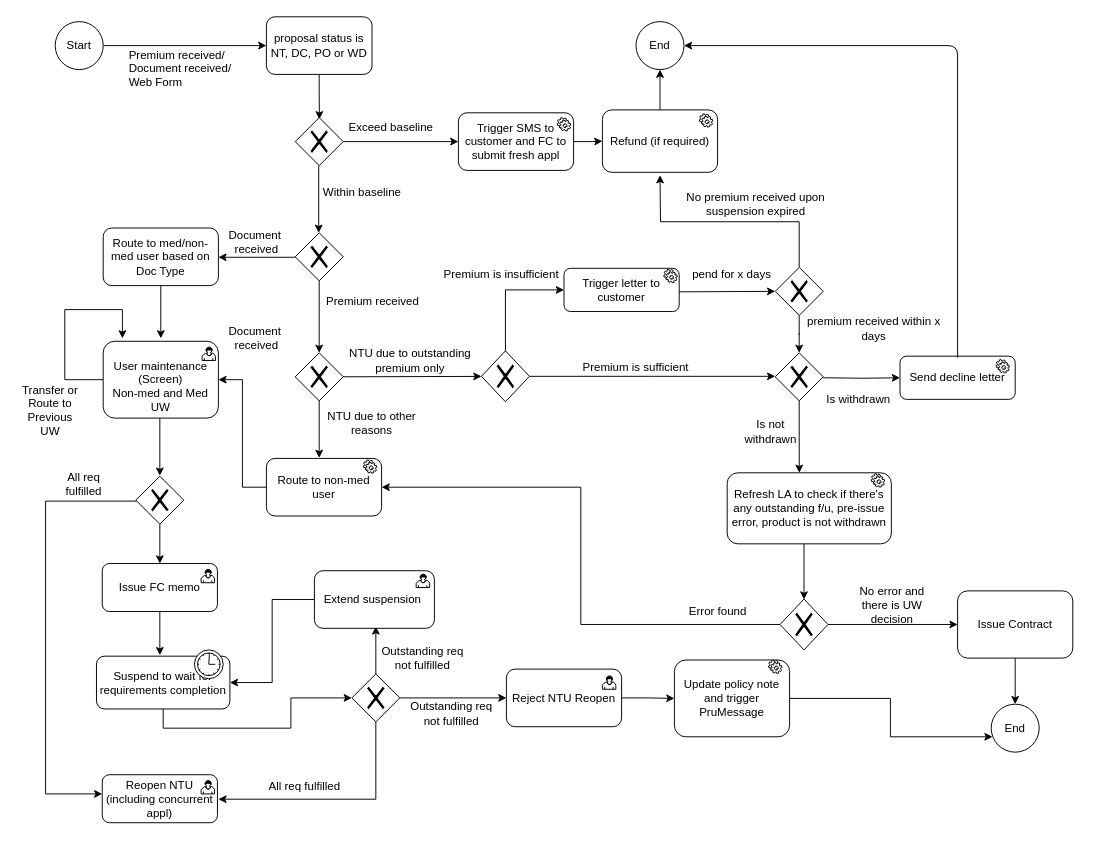
Above: page "NTU Reopen" (9 of 9) of Untitled Diagram.drawio in Jefferzonlee/WorkFlow-BPR (draw.io), before the change. Source tidied: cells renumbered, new cells numbered last; positions are measured from the earlier drawing's top-left corner, leaving out a move shared by most shapes. Both pictures are drawn from the tidied source at 96%, with x=0, y=0 at pixel (16, 16).
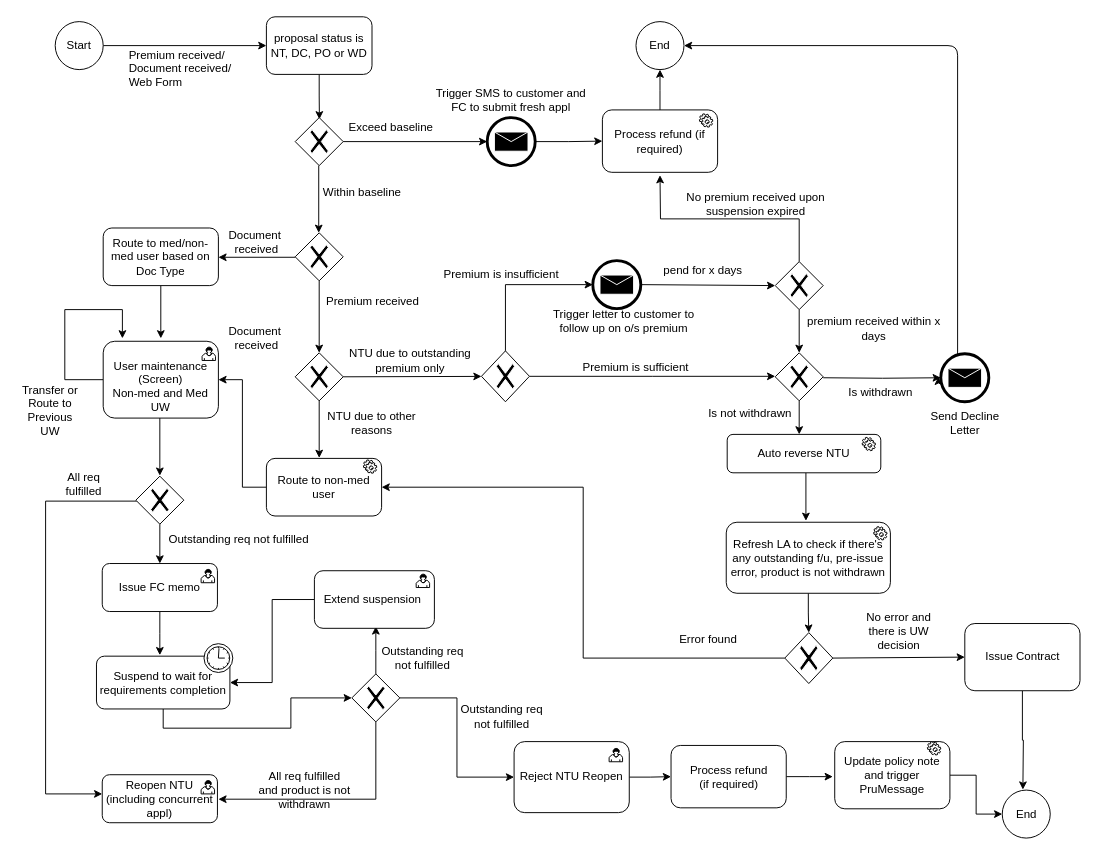
Above is the later version.

The change refers to these unchanged cells:
```xml
<mxCell id="10" style="shape=mxgraph.bpmn.shape;html=1;verticalLabelPosition=bottom;labelBackgroundColor=#ffffff;verticalAlign=top;align=center;perimeter=rhombusPerimeter;background=gateway;outlineConnect=0;outline=none;symbol=exclusiveGw;" parent="1" vertex="1">
  <mxGeometry x="290" y="105" width="50" height="50" as="geometry" />
</mxCell>
<mxCell id="34" style="shape=mxgraph.bpmn.shape;html=1;verticalLabelPosition=bottom;labelBackgroundColor=#ffffff;verticalAlign=top;align=center;perimeter=rhombusPerimeter;background=gateway;outlineConnect=0;outline=none;symbol=exclusiveGw;" parent="1" vertex="1">
  <mxGeometry x="484" y="348" width="50" height="53" as="geometry" />
</mxCell>
<mxCell id="78" style="shape=mxgraph.bpmn.shape;html=1;verticalLabelPosition=bottom;labelBackgroundColor=#ffffff;verticalAlign=top;align=center;perimeter=rhombusPerimeter;background=gateway;outlineConnect=0;outline=none;symbol=exclusiveGw;" parent="1" vertex="1">
  <mxGeometry x="790" y="350" width="50" height="50" as="geometry" />
</mxCell>
<mxCell id="87" style="shape=mxgraph.bpmn.shape;html=1;verticalLabelPosition=bottom;labelBackgroundColor=#ffffff;verticalAlign=top;align=center;perimeter=rhombusPerimeter;background=gateway;outlineConnect=0;outline=none;symbol=exclusiveGw;" parent="1" vertex="1">
  <mxGeometry x="349" y="684.5" width="50" height="50" as="geometry" />
</mxCell>
```

What changed in the source:
```diff
@@
-    <mxCell id="4" style="edgeStyle=orthogonalEdgeStyle;rounded=0;jettySize=auto;html=1;exitX=1;exitY=0.5;exitDx=0;exitDy=0;" parent="1" edge="1" source="10">
-      <mxGeometry relative="1" as="geometry">
-        <mxPoint x="460" y="130" as="targetPoint" />
-      </mxGeometry>
-    </mxCell>
@@
+    <mxCell id="103" style="edgeStyle=orthogonalEdgeStyle;rounded=0;jettySize=auto;html=1;" parent="1" edge="1" source="10" target="115">
+      <mxGeometry relative="1" as="geometry" />
+    </mxCell>
@@
-    <mxCell id="11" style="edgeStyle=orthogonalEdgeStyle;rounded=0;jettySize=auto;html=1;" parent="1" edge="1" source="12" target="14">
-      <mxGeometry relative="1" as="geometry" />
-    </mxCell>
-    <mxCell id="12" value="Trigger SMS to customer and FC to submit fresh appl" style="rounded=1;whiteSpace=wrap;html=1;" parent="1" vertex="1">
-      <mxGeometry x="460" y="100" width="120" height="60" as="geometry" />
-    </mxCell>
@@
-    <mxCell id="14" value="Refund (if required)" style="rounded=1;whiteSpace=wrap;html=1;" parent="1" vertex="1">
+    <mxCell id="14" value="Process refund (if required)" style="rounded=1;whiteSpace=wrap;html=1;" parent="1" vertex="1">
       <mxGeometry x="610" y="97" width="120" height="65" as="geometry" />
     </mxCell>
@@
-    <mxCell id="21" style="edgeStyle=orthogonalEdgeStyle;rounded=0;orthogonalLoop=1;jettySize=auto;html=1;entryX=0.5;entryY=0;entryDx=0;entryDy=0;" parent="1" edge="1">
-      <mxGeometry relative="1" as="geometry">
-        <mxPoint x="820" y="549" as="sourcePoint" />
-        <mxPoint x="820" y="607" as="targetPoint" />
-      </mxGeometry>
-    </mxCell>
+    <mxCell id="104" style="edgeStyle=orthogonalEdgeStyle;rounded=0;jettySize=auto;html=1;entryX=0.5;entryY=0;entryDx=0;entryDy=0;" parent="1" edge="1" source="22" target="40">
+      <mxGeometry relative="1" as="geometry" />
+    </mxCell>
     <mxCell id="22" value="Refresh LA to check if there's any outstanding f/u, pre-issue error, product is not withdrawn" style="rounded=1;whiteSpace=wrap;html=1;" parent="1" vertex="1">
-      <mxGeometry x="740" y="475" width="171" height="74" as="geometry" />
+      <mxGeometry x="739" y="526.5" width="171" height="74" as="geometry" />
     </mxCell>
-    <mxCell id="23" value="Send decline letter" style="rounded=1;whiteSpace=wrap;html=1;" parent="1" vertex="1">
-      <mxGeometry x="920" y="353.5" width="120" height="45" as="geometry" />
-    </mxCell>
@@
-    <mxCell id="32" style="edgeStyle=orthogonalEdgeStyle;rounded=0;jettySize=auto;html=1;exitX=0.5;exitY=0;exitDx=0;exitDy=0;entryX=0;entryY=0.5;entryDx=0;entryDy=0;" parent="1" edge="1" source="34" target="35">
+    <mxCell id="32" style="edgeStyle=orthogonalEdgeStyle;rounded=0;jettySize=auto;html=1;exitX=0.5;exitY=0;exitDx=0;exitDy=0;entryX=0;entryY=0.5;entryDx=0;entryDy=0;" parent="1" edge="1" source="34" target="112">
       <mxGeometry relative="1" as="geometry" />
     </mxCell>
@@
-    <mxCell id="35" value="Trigger letter to customer" style="rounded=1;whiteSpace=wrap;html=1;" parent="1" vertex="1">
-      <mxGeometry x="570" y="262" width="120" height="45" as="geometry" />
-    </mxCell>
@@
     <mxCell id="40" style="shape=mxgraph.bpmn.shape;html=1;verticalLabelPosition=bottom;labelBackgroundColor=#ffffff;verticalAlign=top;align=center;perimeter=rhombusPerimeter;background=gateway;outlineConnect=0;outline=none;symbol=exclusiveGw;" parent="1" vertex="1">
-      <mxGeometry x="795" y="606.5" width="50" height="53" as="geometry" />
+      <mxGeometry x="800" y="641.5" width="50" height="53" as="geometry" />
     </mxCell>
-    <mxCell id="41" style="edgeStyle=orthogonalEdgeStyle;rounded=0;jettySize=auto;html=1;entryX=0.5;entryY=0;entryDx=0;entryDy=0;" parent="1" edge="1" source="42" target="102">
-      <mxGeometry relative="1" as="geometry" />
+    <mxCell id="41" style="edgeStyle=orthogonalEdgeStyle;rounded=0;jettySize=auto;html=1;" parent="1" edge="1" source="42">
+      <mxGeometry relative="1" as="geometry">
+        <mxPoint x="1048" y="805" as="targetPoint" />
+      </mxGeometry>
     </mxCell>
     <mxCell id="42" value="Issue Contract" style="rounded=1;whiteSpace=wrap;html=1;" parent="1" vertex="1">
-      <mxGeometry x="980" y="598" width="120" height="70" as="geometry" />
+      <mxGeometry x="987.5" y="632" width="120" height="70" as="geometry" />
     </mxCell>
@@
     <mxCell id="44" value="pend for x days" style="text;html=1;strokeColor=none;fillColor=none;align=center;verticalAlign=middle;whiteSpace=wrap;rounded=0;" parent="1" vertex="1">
-      <mxGeometry x="665" y="259" width="160" height="20" as="geometry" />
+      <mxGeometry x="634.5" y="254" width="160" height="20" as="geometry" />
     </mxCell>
@@
     <mxCell id="47" style="shape=mxgraph.bpmn.shape;html=1;verticalLabelPosition=bottom;labelBackgroundColor=#ffffff;verticalAlign=top;align=center;perimeter=rhombusPerimeter;background=gateway;outlineConnect=0;outline=none;symbol=exclusiveGw;" parent="1" vertex="1">
-      <mxGeometry x="790" y="261" width="50" height="50" as="geometry" />
+      <mxGeometry x="790" y="255" width="50" height="50" as="geometry" />
     </mxCell>
@@
-    <mxCell id="49" style="endArrow=classic;html=1;entryX=0;entryY=0.5;entryDx=0;entryDy=0;" parent="1" edge="1" target="47">
-      <mxGeometry relative="1" as="geometry">
-        <mxPoint x="690" y="286.5" as="sourcePoint" />
-      </mxGeometry>
+    <mxCell id="49" style="endArrow=classic;html=1;entryX=0;entryY=0.5;entryDx=0;entryDy=0;exitX=1;exitY=0.5;exitDx=0;exitDy=0;" parent="1" edge="1" source="112" target="47">
+      <mxGeometry relative="1" as="geometry" />
     </mxCell>
@@
     <mxCell id="51" value="No error and there is UW decision" style="text;html=1;strokeColor=none;fillColor=none;align=center;verticalAlign=middle;whiteSpace=wrap;rounded=0;" parent="1" vertex="1">
-      <mxGeometry x="873" y="603" width="78" height="20" as="geometry" />
+      <mxGeometry x="880" y="629.5" width="78" height="20" as="geometry" />
     </mxCell>
     <mxCell id="52" value="Error found" style="text;html=1;strokeColor=none;fillColor=none;align=center;verticalAlign=middle;whiteSpace=wrap;rounded=0;" parent="1" vertex="1">
-      <mxGeometry x="697.5" y="609.5" width="65" height="20" as="geometry" />
+      <mxGeometry x="688" y="638.5" width="65" height="20" as="geometry" />
     </mxCell>
-    <mxCell id="53" style="edgeStyle=orthogonalEdgeStyle;rounded=0;jettySize=auto;html=1;" parent="1" edge="1" target="23">
+    <mxCell id="53" style="edgeStyle=orthogonalEdgeStyle;rounded=0;jettySize=auto;html=1;" parent="1" edge="1" target="110">
       <mxGeometry relative="1" as="geometry">
         <mxPoint x="840" y="376" as="sourcePoint" />
       </mxGeometry>
     </mxCell>
     <mxCell id="54" value="Is not withdrawn" style="text;html=1;strokeColor=none;fillColor=none;align=center;verticalAlign=middle;whiteSpace=wrap;rounded=0;" parent="1" vertex="1">
-      <mxGeometry x="752.5" y="421.5" width="65" height="20" as="geometry" />
+      <mxGeometry x="714.5" y="402.5" width="98" height="20" as="geometry" />
     </mxCell>
     <mxCell id="55" style="shape=mxgraph.bpmn.service_task;html=1;" parent="1" vertex="1">
-      <mxGeometry x="890" y="476" width="14" height="14" as="geometry" />
+      <mxGeometry x="892.5" y="531" width="14" height="14" as="geometry" />
     </mxCell>
     <mxCell id="56" value="Is withdrawn" style="text;html=1;strokeColor=none;fillColor=none;align=center;verticalAlign=middle;whiteSpace=wrap;rounded=0;" parent="1" vertex="1">
-      <mxGeometry x="837" y="389" width="80" height="20" as="geometry" />
+      <mxGeometry x="858.5" y="380" width="82" height="21" as="geometry" />
     </mxCell>
@@
     <mxCell id="71" style="shape=mxgraph.bpmn.timer_start;perimeter=ellipsePerimeter;html=1;labelPosition=right;labelBackgroundColor=#ffffff;align=left;" parent="1" vertex="1">
-      <mxGeometry x="185" y="659.5" width="30" height="30" as="geometry">
+      <mxGeometry x="195" y="653" width="30" height="30" as="geometry">
         <mxPoint x="-15" y="10" as="offset" />
       </mxGeometry>
     </mxCell>
@@
-    <mxCell id="77" style="edgeStyle=orthogonalEdgeStyle;rounded=0;jettySize=auto;html=1;entryX=0.439;entryY=0;entryDx=0;entryDy=0;entryPerimeter=0;" parent="1" edge="1" source="78" target="22">
-      <mxGeometry relative="1" as="geometry" />
+    <mxCell id="77" style="edgeStyle=orthogonalEdgeStyle;rounded=0;jettySize=auto;html=1;" parent="1" edge="1" source="78">
+      <mxGeometry relative="1" as="geometry">
+        <mxPoint x="815" y="435" as="targetPoint" />
+      </mxGeometry>
     </mxCell>
@@
     <mxCell id="81" value="Outstanding req not fulfilled" style="text;html=1;strokeColor=none;fillColor=none;align=center;verticalAlign=middle;whiteSpace=wrap;rounded=0;" parent="1" vertex="1">
-      <mxGeometry x="408" y="716" width="90" height="20" as="geometry" />
+      <mxGeometry x="459.5" y="714" width="91" height="29" as="geometry" />
     </mxCell>
-    <mxCell id="82" style="edgeStyle=orthogonalEdgeStyle;rounded=0;jettySize=auto;html=1;" parent="1" edge="1" source="83" target="100">
-      <mxGeometry relative="1" as="geometry" />
-    </mxCell>
+    <mxCell id="105" style="edgeStyle=orthogonalEdgeStyle;rounded=0;jettySize=auto;html=1;entryX=0;entryY=0.5;entryDx=0;entryDy=0;" parent="1" edge="1" source="83" target="118">
+      <mxGeometry relative="1" as="geometry" />
+    </mxCell>
     <mxCell id="83" value="Reject NTU Reopen" style="rounded=1;whiteSpace=wrap;html=1;" parent="1" vertex="1">
-      <mxGeometry x="510" y="679.5" width="120" height="60" as="geometry" />
+      <mxGeometry x="518" y="755" width="120" height="74" as="geometry" />
     </mxCell>
@@
-    <mxCell id="85" style="edgeStyle=orthogonalEdgeStyle;rounded=0;jettySize=auto;html=1;" parent="1" edge="1" source="87">
-      <mxGeometry relative="1" as="geometry">
-        <mxPoint x="510" y="709.5" as="targetPoint" />
-      </mxGeometry>
+    <mxCell id="85" style="edgeStyle=orthogonalEdgeStyle;rounded=0;jettySize=auto;html=1;entryX=0;entryY=0.5;entryDx=0;entryDy=0;" parent="1" edge="1" source="87" target="83">
+      <mxGeometry relative="1" as="geometry" />
     </mxCell>
@@
-    <mxCell id="88" value="All req fulfilled" style="text;html=1;strokeColor=none;fillColor=none;align=center;verticalAlign=middle;whiteSpace=wrap;rounded=0;" parent="1" vertex="1">
-      <mxGeometry x="250" y="792" width="100" height="20" as="geometry" />
+    <mxCell id="88" value="All req fulfilled and product is not withdrawn" style="text;html=1;strokeColor=none;fillColor=none;align=center;verticalAlign=middle;whiteSpace=wrap;rounded=0;" parent="1" vertex="1">
+      <mxGeometry x="250" y="796" width="100" height="20" as="geometry" />
     </mxCell>
@@
     <mxCell id="93" style="html=1;shape=mxgraph.bpmn.user_task;" parent="1" vertex="1">
-      <mxGeometry x="610" y="686.5" width="14" height="14" as="geometry">
+      <mxGeometry x="617" y="762" width="14" height="14" as="geometry">
         <mxPoint x="103" y="6" as="offset" />
       </mxGeometry>
     </mxCell>
@@
-    <mxCell id="95" style="shape=mxgraph.bpmn.service_task;html=1;" parent="1" vertex="1">
-      <mxGeometry x="1020" y="357" width="14" height="14" as="geometry" />
-    </mxCell>
-    <mxCell id="96" style="shape=mxgraph.bpmn.service_task;html=1;" parent="1" vertex="1">
-      <mxGeometry x="674" y="263" width="14" height="14" as="geometry" />
-    </mxCell>
-    <mxCell id="97" style="shape=mxgraph.bpmn.service_task;html=1;" parent="1" vertex="1">
-      <mxGeometry x="563" y="105" width="14" height="14" as="geometry" />
-    </mxCell>
@@
-    <mxCell id="99" style="edgeStyle=orthogonalEdgeStyle;rounded=0;jettySize=auto;html=1;entryX=0.028;entryY=0.68;entryDx=0;entryDy=0;entryPerimeter=0;" parent="1" edge="1" source="100" target="102">
+    <mxCell id="99" style="edgeStyle=orthogonalEdgeStyle;rounded=0;jettySize=auto;html=1;entryX=0;entryY=0.5;entryDx=0;entryDy=0;" parent="1" edge="1" source="100" target="102">
       <mxGeometry relative="1" as="geometry" />
     </mxCell>
     <mxCell id="100" value="Update policy note and trigger PruMessage" style="rounded=1;whiteSpace=wrap;html=1;" parent="1" vertex="1">
-      <mxGeometry x="685" y="670" width="120" height="80" as="geometry" />
+      <mxGeometry x="852" y="755" width="120" height="70" as="geometry" />
     </mxCell>
     <mxCell id="101" style="shape=mxgraph.bpmn.service_task;html=1;" parent="1" vertex="1">
-      <mxGeometry x="783" y="670" width="14" height="14" as="geometry" />
+      <mxGeometry x="948.5" y="755" width="14" height="14" as="geometry" />
     </mxCell>
     <mxCell id="102" value="End" style="ellipse;whiteSpace=wrap;html=1;" parent="1" vertex="1">
-      <mxGeometry x="1015" y="716" width="50" height="50" as="geometry" />
+      <mxGeometry x="1026.5" y="805.5" width="50" height="50" as="geometry" />
     </mxCell>
+    <mxCell id="106" style="edgeStyle=orthogonalEdgeStyle;rounded=0;jettySize=auto;html=1;" parent="1" edge="1" source="107">
+      <mxGeometry relative="1" as="geometry">
+        <mxPoint x="822" y="525" as="targetPoint" />
+        <Array as="points">
+          <mxPoint x="822" y="525" />
+          <mxPoint x="822" y="525" />
+        </Array>
+      </mxGeometry>
+    </mxCell>
+    <mxCell id="107" value="Auto reverse NTU" style="rounded=1;whiteSpace=wrap;html=1;" parent="1" vertex="1">
+      <mxGeometry x="740" y="435" width="160" height="40" as="geometry" />
+    </mxCell>
+    <mxCell id="108" style="shape=mxgraph.bpmn.service_task;html=1;" parent="1" vertex="1">
+      <mxGeometry x="880.5" y="438" width="14" height="14" as="geometry" />
+    </mxCell>
+    <mxCell id="109" style="edgeStyle=orthogonalEdgeStyle;rounded=0;jettySize=auto;html=1;exitX=0;exitY=0.5;exitDx=0;exitDy=0;" parent="1" edge="1" source="110">
+      <mxGeometry relative="1" as="geometry">
+        <mxPoint x="960" y="375" as="targetPoint" />
+      </mxGeometry>
+    </mxCell>
+    <mxCell id="110" style="shape=mxgraph.bpmn.shape;html=1;verticalLabelPosition=bottom;labelBackgroundColor=#ffffff;verticalAlign=top;align=center;perimeter=ellipsePerimeter;outlineConnect=0;outline=end;symbol=message;" parent="1" vertex="1">
+      <mxGeometry x="962.5" y="351" width="50" height="50" as="geometry" />
+    </mxCell>
+    <mxCell id="111" value="Send Decline Letter" style="text;html=1;strokeColor=none;fillColor=none;align=center;verticalAlign=middle;whiteSpace=wrap;rounded=0;" parent="1" vertex="1">
+      <mxGeometry x="946.5" y="412.5" width="82" height="21" as="geometry" />
+    </mxCell>
+    <mxCell id="112" style="shape=mxgraph.bpmn.shape;html=1;verticalLabelPosition=bottom;labelBackgroundColor=#ffffff;verticalAlign=top;align=center;perimeter=ellipsePerimeter;outlineConnect=0;outline=end;symbol=message;" parent="1" vertex="1">
+      <mxGeometry x="600" y="254" width="50" height="50" as="geometry" />
+    </mxCell>
+    <mxCell id="113" value="Trigger letter to customer to follow up on o/s premium" style="text;html=1;strokeColor=none;fillColor=none;align=center;verticalAlign=middle;whiteSpace=wrap;rounded=0;" parent="1" vertex="1">
+      <mxGeometry x="557.5" y="306.5" width="149" height="21" as="geometry" />
+    </mxCell>
+    <mxCell id="114" style="edgeStyle=orthogonalEdgeStyle;rounded=0;jettySize=auto;html=1;entryX=0;entryY=0.5;entryDx=0;entryDy=0;" parent="1" edge="1" source="115" target="14">
+      <mxGeometry relative="1" as="geometry" />
+    </mxCell>
+    <mxCell id="115" style="shape=mxgraph.bpmn.shape;html=1;verticalLabelPosition=bottom;labelBackgroundColor=#ffffff;verticalAlign=top;align=center;perimeter=ellipsePerimeter;outlineConnect=0;outline=end;symbol=message;" parent="1" vertex="1">
+      <mxGeometry x="490" y="105" width="50" height="50" as="geometry" />
+    </mxCell>
+    <mxCell id="12" value="Trigger SMS to customer and FC to submit fresh appl" style="text;html=1;strokeColor=none;fillColor=none;align=center;verticalAlign=middle;whiteSpace=wrap;rounded=0;" parent="1" vertex="1">
+      <mxGeometry x="435" y="77" width="160" height="20" as="geometry" />
+    </mxCell>
+    <mxCell id="116" value="Outstanding req not fulfilled" style="text;html=1;strokeColor=none;fillColor=none;align=center;verticalAlign=middle;whiteSpace=wrap;rounded=0;" parent="1" vertex="1">
+      <mxGeometry x="153" y="535" width="157" height="20" as="geometry" />
+    </mxCell>
+    <mxCell id="117" style="edgeStyle=orthogonalEdgeStyle;rounded=0;jettySize=auto;html=1;" parent="1" edge="1" source="118">
+      <mxGeometry relative="1" as="geometry">
+        <mxPoint x="850" y="791.5" as="targetPoint" />
+      </mxGeometry>
+    </mxCell>
+    <mxCell id="118" value="Process refund &lt;br&gt;(if required)" style="rounded=1;whiteSpace=wrap;html=1;" parent="1" vertex="1">
+      <mxGeometry x="681.5" y="759" width="120" height="65" as="geometry" />
+    </mxCell>
```
